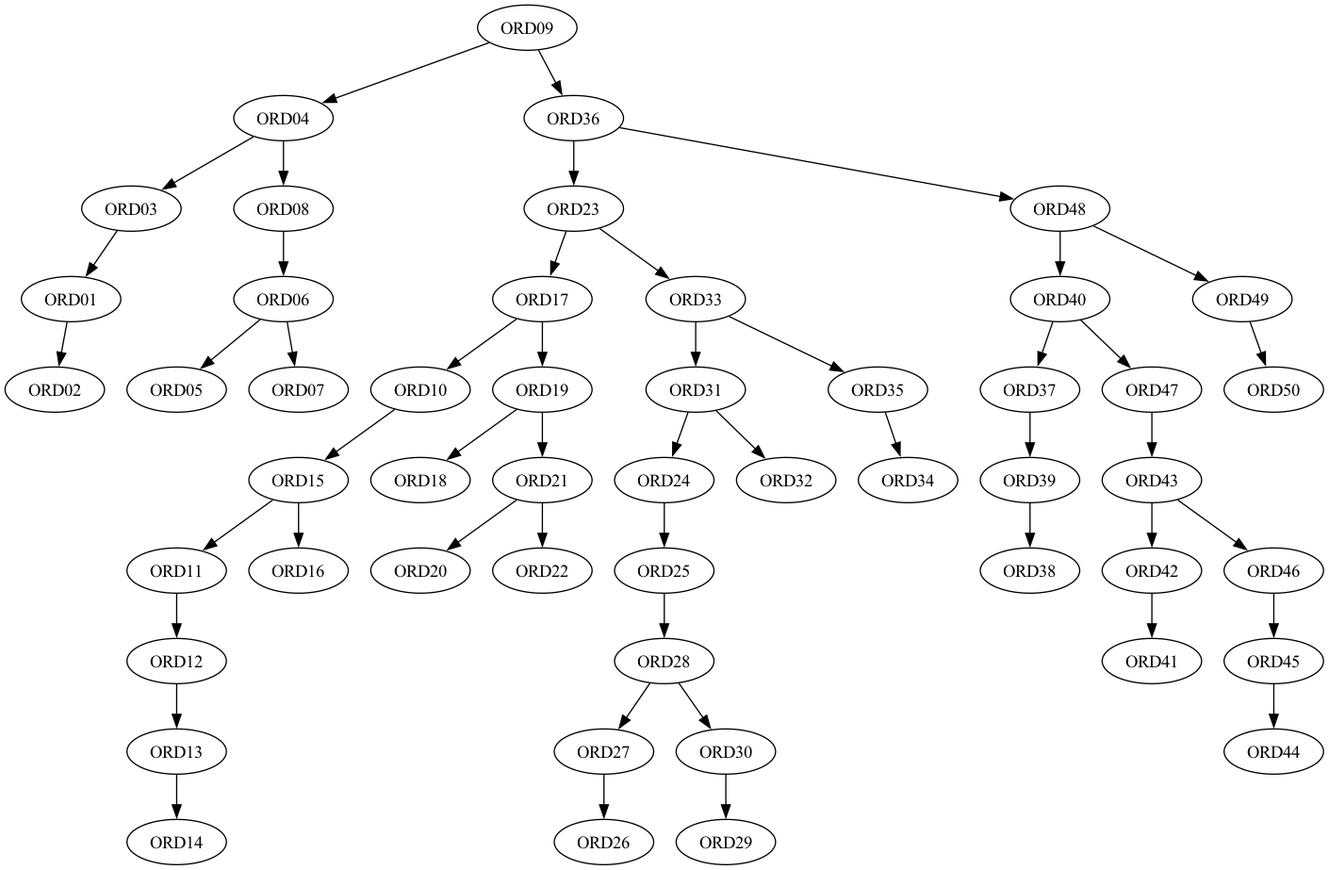
Above: bst_tree.png in BernyFranklin/Csci115FinalProject (Graphviz), before the change. Its source is kept beside it as bst_tree.dot. Source of this version:
```dot
digraph BST {
"ORD09" -> "ORD04";
"ORD09" -> "ORD36";
"ORD04" -> "ORD03";
"ORD04" -> "ORD08";
"ORD03" -> "ORD01";
"ORD01" -> "ORD02";
"ORD08" -> "ORD06";
"ORD06" -> "ORD05";
"ORD06" -> "ORD07";
"ORD36" -> "ORD23";
"ORD36" -> "ORD48";
"ORD23" -> "ORD17";
"ORD23" -> "ORD33";
"ORD17" -> "ORD10";
"ORD17" -> "ORD19";
"ORD10" -> "ORD15";
"ORD15" -> "ORD11";
"ORD15" -> "ORD16";
"ORD11" -> "ORD12";
"ORD12" -> "ORD13";
"ORD13" -> "ORD14";
"ORD19" -> "ORD18";
"ORD19" -> "ORD21";
"ORD21" -> "ORD20";
"ORD21" -> "ORD22";
"ORD33" -> "ORD31";
"ORD33" -> "ORD35";
"ORD31" -> "ORD24";
"ORD31" -> "ORD32";
"ORD24" -> "ORD25";
"ORD25" -> "ORD28";
"ORD28" -> "ORD27";
"ORD28" -> "ORD30";
"ORD27" -> "ORD26";
"ORD30" -> "ORD29";
"ORD35" -> "ORD34";
"ORD48" -> "ORD40";
"ORD48" -> "ORD49";
"ORD40" -> "ORD37";
"ORD40" -> "ORD47";
"ORD37" -> "ORD39";
"ORD39" -> "ORD38";
"ORD47" -> "ORD43";
"ORD43" -> "ORD42";
"ORD43" -> "ORD46";
"ORD42" -> "ORD41";
"ORD46" -> "ORD45";
"ORD45" -> "ORD44";
"ORD49" -> "ORD50";
}
```
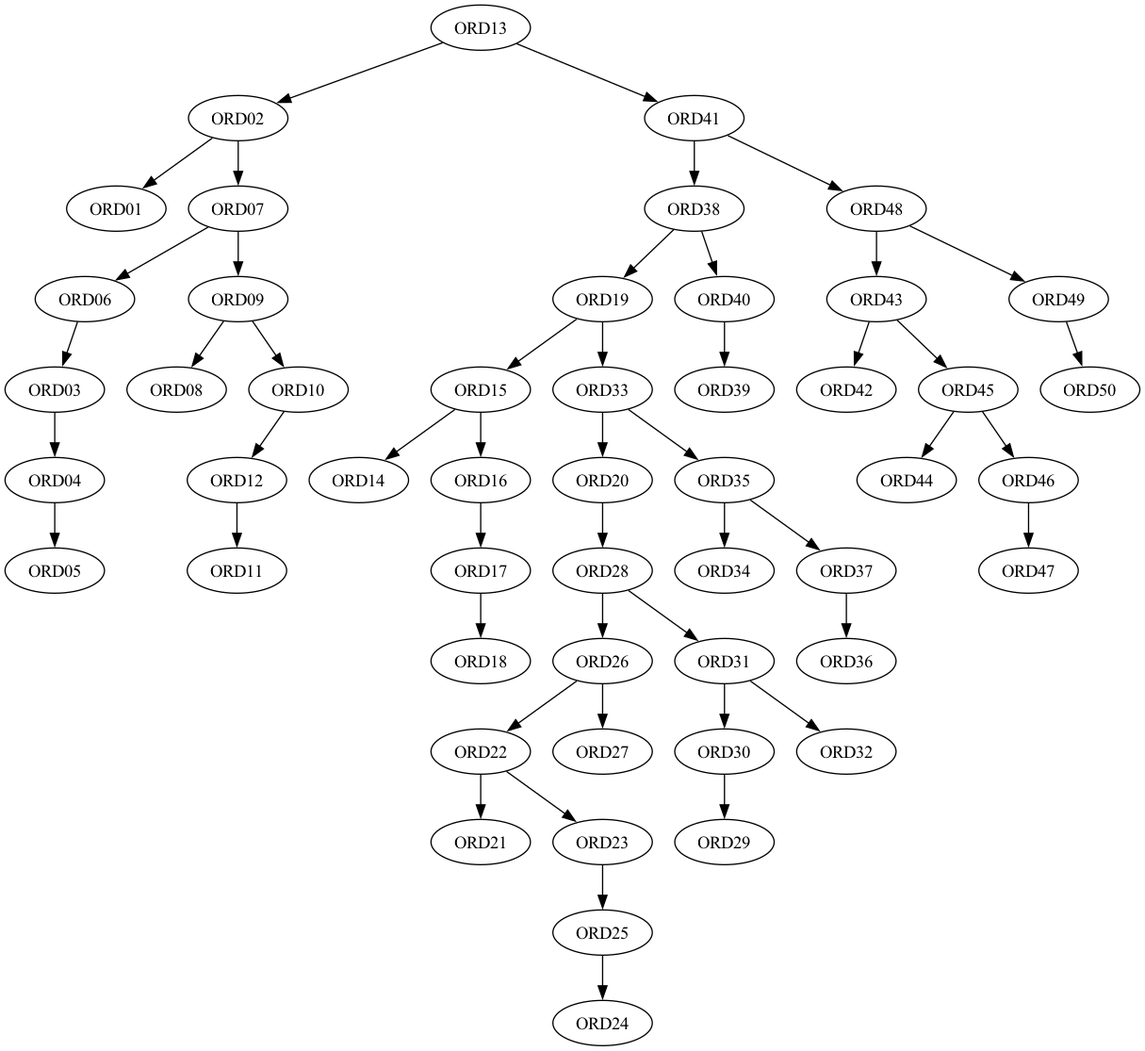
Above is the later version.

The edit, as a diff of the source:
```diff
@@ -1,51 +1,51 @@
 digraph BST {
-"ORD09" -> "ORD04";
-"ORD09" -> "ORD36";
-"ORD04" -> "ORD03";
-"ORD04" -> "ORD08";
-"ORD03" -> "ORD01";
-"ORD01" -> "ORD02";
-"ORD08" -> "ORD06";
-"ORD06" -> "ORD05";
-"ORD06" -> "ORD07";
-"ORD36" -> "ORD23";
-"ORD36" -> "ORD48";
-"ORD23" -> "ORD17";
-"ORD23" -> "ORD33";
-"ORD17" -> "ORD10";
-"ORD17" -> "ORD19";
-"ORD10" -> "ORD15";
-"ORD15" -> "ORD11";
+"ORD13" -> "ORD02";
+"ORD13" -> "ORD41";
+"ORD02" -> "ORD01";
+"ORD02" -> "ORD07";
+"ORD07" -> "ORD06";
+"ORD07" -> "ORD09";
+"ORD06" -> "ORD03";
+"ORD03" -> "ORD04";
+"ORD04" -> "ORD05";
+"ORD09" -> "ORD08";
+"ORD09" -> "ORD10";
+"ORD10" -> "ORD12";
+"ORD12" -> "ORD11";
+"ORD41" -> "ORD38";
+"ORD41" -> "ORD48";
+"ORD38" -> "ORD19";
+"ORD38" -> "ORD40";
+"ORD19" -> "ORD15";
+"ORD19" -> "ORD33";
+"ORD15" -> "ORD14";
 "ORD15" -> "ORD16";
-"ORD11" -> "ORD12";
-"ORD12" -> "ORD13";
-"ORD13" -> "ORD14";
-"ORD19" -> "ORD18";
-"ORD19" -> "ORD21";
-"ORD21" -> "ORD20";
-"ORD21" -> "ORD22";
-"ORD33" -> "ORD31";
+"ORD16" -> "ORD17";
+"ORD17" -> "ORD18";
+"ORD33" -> "ORD20";
 "ORD33" -> "ORD35";
-"ORD31" -> "ORD24";
+"ORD20" -> "ORD28";
+"ORD28" -> "ORD26";
+"ORD28" -> "ORD31";
+"ORD26" -> "ORD22";
+"ORD26" -> "ORD27";
+"ORD22" -> "ORD21";
+"ORD22" -> "ORD23";
+"ORD23" -> "ORD25";
+"ORD25" -> "ORD24";
+"ORD31" -> "ORD30";
 "ORD31" -> "ORD32";
-"ORD24" -> "ORD25";
-"ORD25" -> "ORD28";
-"ORD28" -> "ORD27";
-"ORD28" -> "ORD30";
-"ORD27" -> "ORD26";
 "ORD30" -> "ORD29";
 "ORD35" -> "ORD34";
-"ORD48" -> "ORD40";
+"ORD35" -> "ORD37";
+"ORD37" -> "ORD36";
+"ORD40" -> "ORD39";
+"ORD48" -> "ORD43";
 "ORD48" -> "ORD49";
-"ORD40" -> "ORD37";
-"ORD40" -> "ORD47";
-"ORD37" -> "ORD39";
-"ORD39" -> "ORD38";
-"ORD47" -> "ORD43";
 "ORD43" -> "ORD42";
-"ORD43" -> "ORD46";
-"ORD42" -> "ORD41";
-"ORD46" -> "ORD45";
+"ORD43" -> "ORD45";
 "ORD45" -> "ORD44";
+"ORD45" -> "ORD46";
+"ORD46" -> "ORD47";
 "ORD49" -> "ORD50";
 }
```
